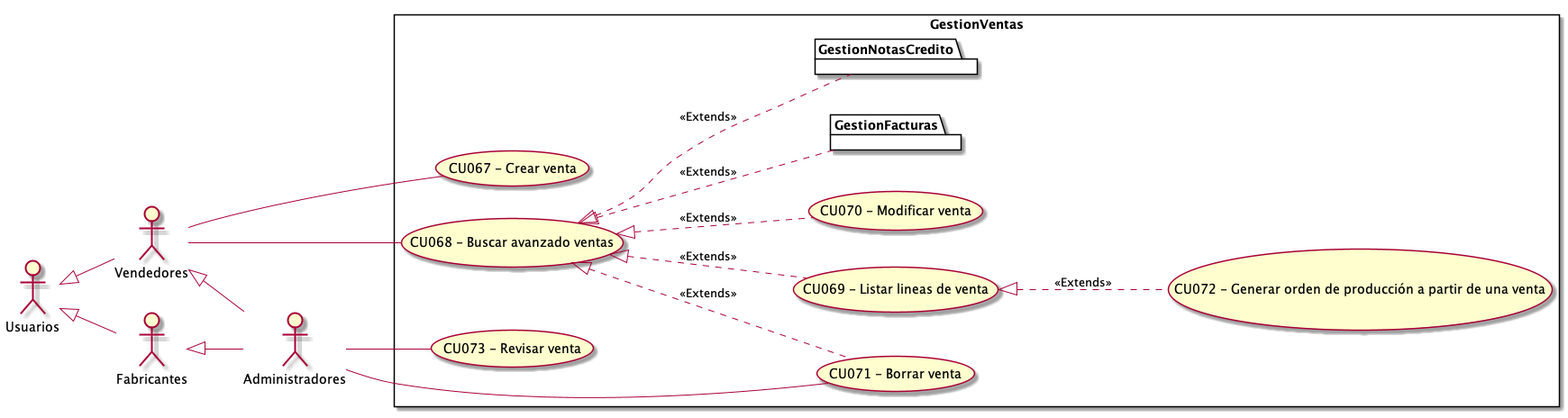
Earlier version of the PlantUML export Informe Final/Imagenes/ModeladoDeCasosDeUso/DiagramaDeCasosDeUso/GestionVentas.png (ZMGestion/DocumentacionZMGestion).
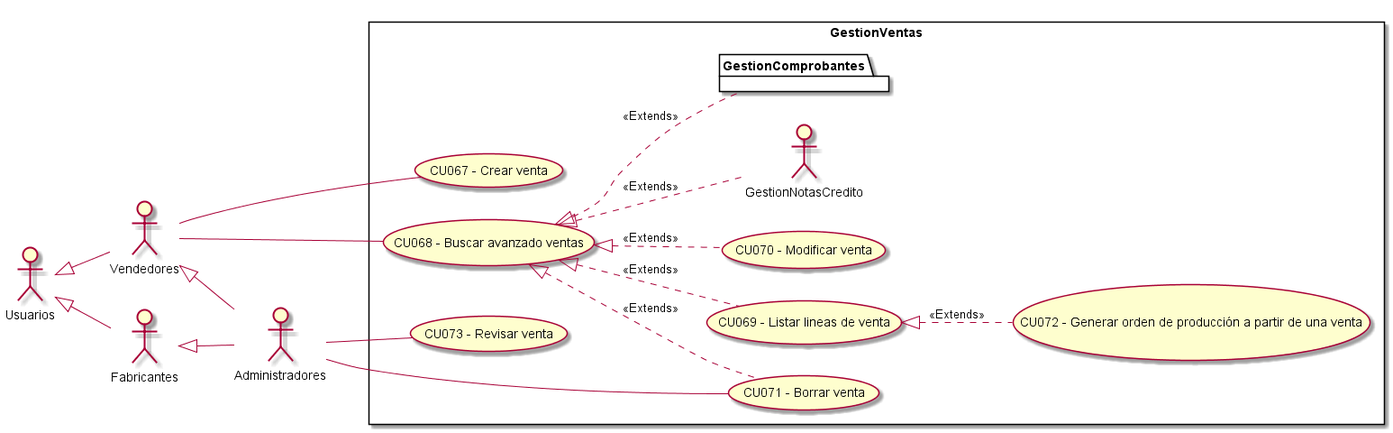
The same diagram one commit later.

What changed in the source:
```diff
@@ -20,13 +20,11 @@
     UseCase "CU071 - Borrar venta" as B
     UseCase "CU072 - Generar orden de producción a partir de una venta" as Generar
     UseCase "CU073 - Revisar venta" as Revisar
-    package GestionFacturas{
-    }
-    package GestionNotasCredito{
+    package GestionComprobantes{
     }
 
     BA <|.. M : <<Extends>>
-    BA <|.. GestionFacturas : <<Extends>>
+    BA <|.. GestionComprobantes : <<Extends>>
     BA <|.. GestionNotasCredito : <<Extends>>
     BA <|.. B : <<Extends>>
     BA <|.. Listar : <<Extends>>
```
